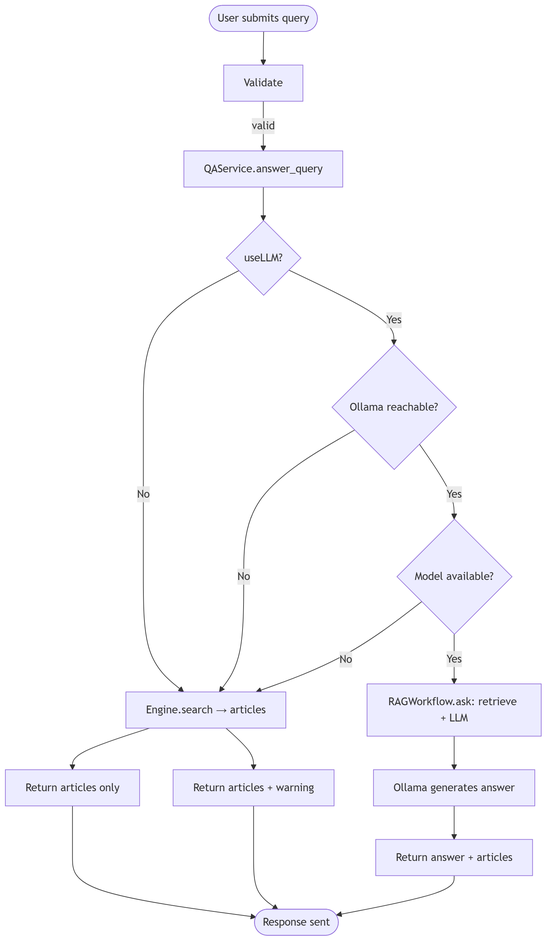
This is docs/mermaid/outputs/activity_diagram.png from ronishg27/Explainable-Constitutional-IR-and-Assistance-System, a Mermaid export, as it was before one commit. Its source is kept beside it as docs/mermaid/inputs/activity_diagram.mmd.
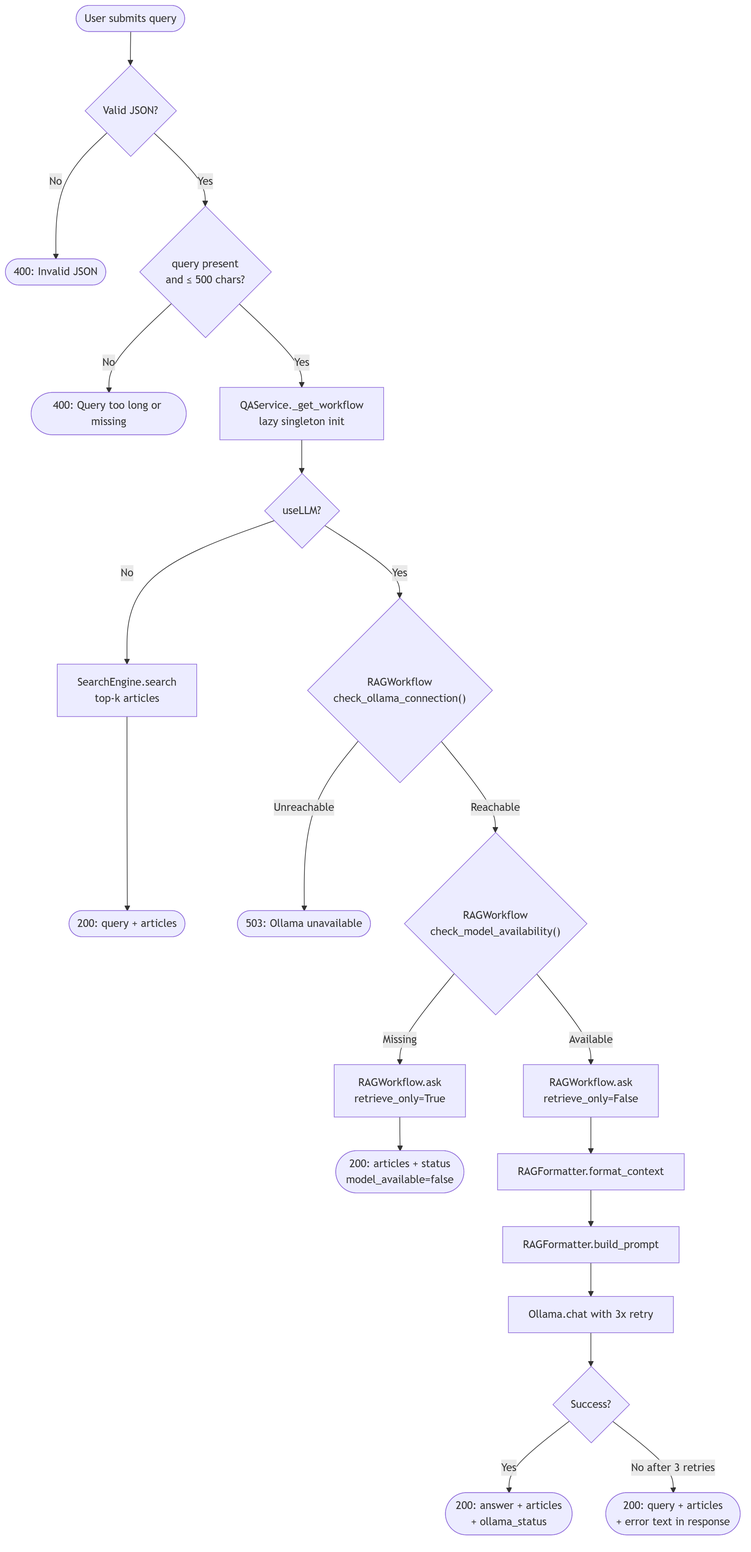
Above is the later version.

What changed in the source:
```diff
@@ -1,16 +1,25 @@
 flowchart TD
-    Start([User submits query]) --> Validate
-    Validate -->|valid| Process[QAService.answer_query]
-    Process --> UseLLM{useLLM?}
-    UseLLM -->|No| Retrieve[Engine.search → articles]
-    Retrieve --> Return[Return articles only]
-    UseLLM -->|Yes| CheckOllama{Ollama reachable?}
-    CheckOllama -->|No| Retrieve
-    CheckOllama -->|Yes| CheckModel{Model available?}
-    CheckModel -->|No| Retrieve --> ReturnWithStatus[Return articles + warning]
-    CheckModel -->|Yes| RagFull[RAGWorkflow.ask: retrieve + LLM]
-    RagFull --> LLMCall[Ollama generates answer]
-    LLMCall --> ReturnFull[Return answer + articles]
-    ReturnFull --> End([Response sent])
-    Return --> End
-    ReturnWithStatus --> End
+    Start(["User submits query"]) --> ValidateJSON{"Valid JSON?"}
+    ValidateJSON -->|No| BadRequest(["400: Invalid JSON"])
+    ValidateJSON -->|Yes| CheckQuery{"query present<br/>and ≤ 500 chars?"}
+    CheckQuery -->|No| BadQuery(["400: Query too long or missing"])
+    CheckQuery -->|Yes| GetEngine["QAService._get_workflow<br/>lazy singleton init"]
+    GetEngine --> DecideLLM{"useLLM?"}
+
+    DecideLLM -->|No| Retrieve["SearchEngine.search<br/>top-k articles"]
+    Retrieve --> RetOnly(["200: query + articles"])
+
+    DecideLLM -->|Yes| CheckOllama{"RAGWorkflow<br/>check_ollama_connection()"}
+    CheckOllama -->|Unreachable| OllamaDown(["503: Ollama unavailable"])
+    CheckOllama -->|Reachable| CheckModel{"RAGWorkflow<br/>check_model_availability()"}
+
+    CheckModel -->|Missing| RetrieveW["RAGWorkflow.ask<br/>retrieve_only=True"]
+    RetrieveW --> ModelWarn(["200: articles + status<br/>model_available=false"])
+
+    CheckModel -->|Available| RagFull["RAGWorkflow.ask<br/>retrieve_only=False"]
+    RagFull --> Format["RAGFormatter.format_context"]
+    Format --> BuildPrompt["RAGFormatter.build_prompt"]
+    BuildPrompt --> LLMCall["Ollama.chat with 3x retry"]
+    LLMCall --> LLMSuccess{"Success?"}
+    LLMSuccess -->|Yes| ReturnFull(["200: answer + articles<br/>+ ollama_status"])
+    LLMSuccess -->|No after 3 retries| ReturnError(["200: query + articles<br/>+ error text in response"])
```
